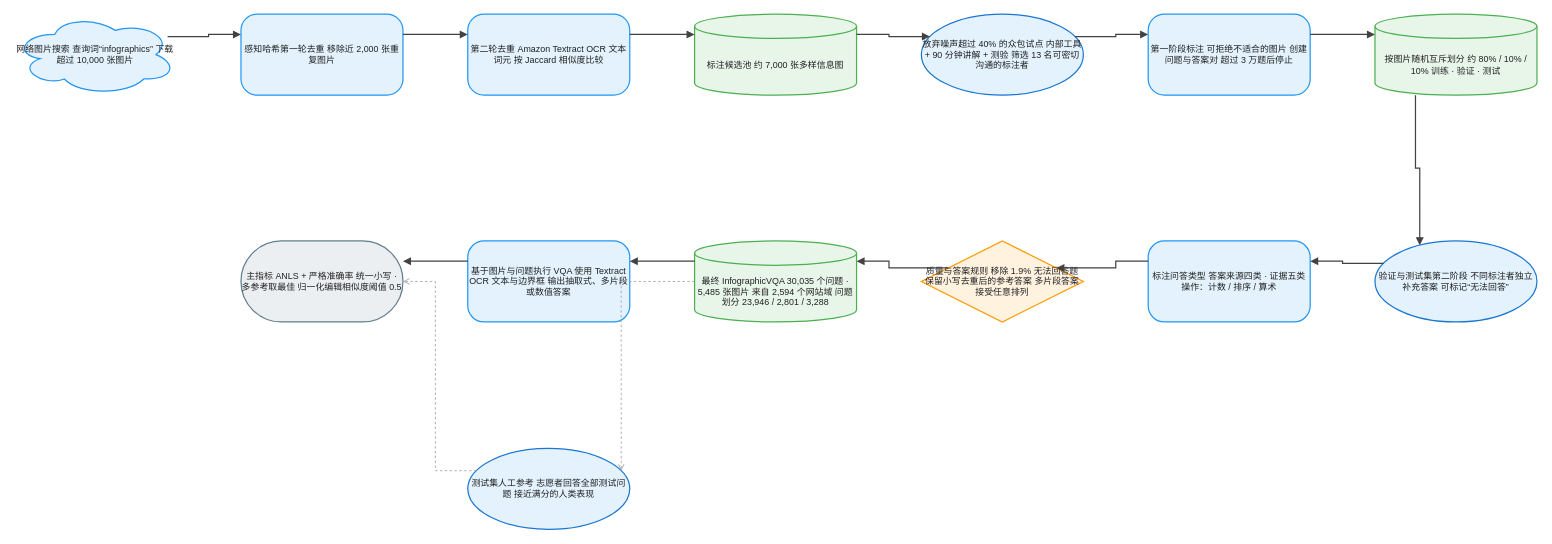
Earlier version of the draw.io diagram client/public/drawio/InfographicVQA/InfographicVQA.zh.drawio (joe1chief/benchmark-hub). Source tidied: cells renumbered, new cells numbered last; positions are measured from the earlier drawing's top-left corner, leaving out a move shared by most shapes. Both pictures are drawn from the tidied source at 81%, with x=0, y=0 at pixel (14, 14).
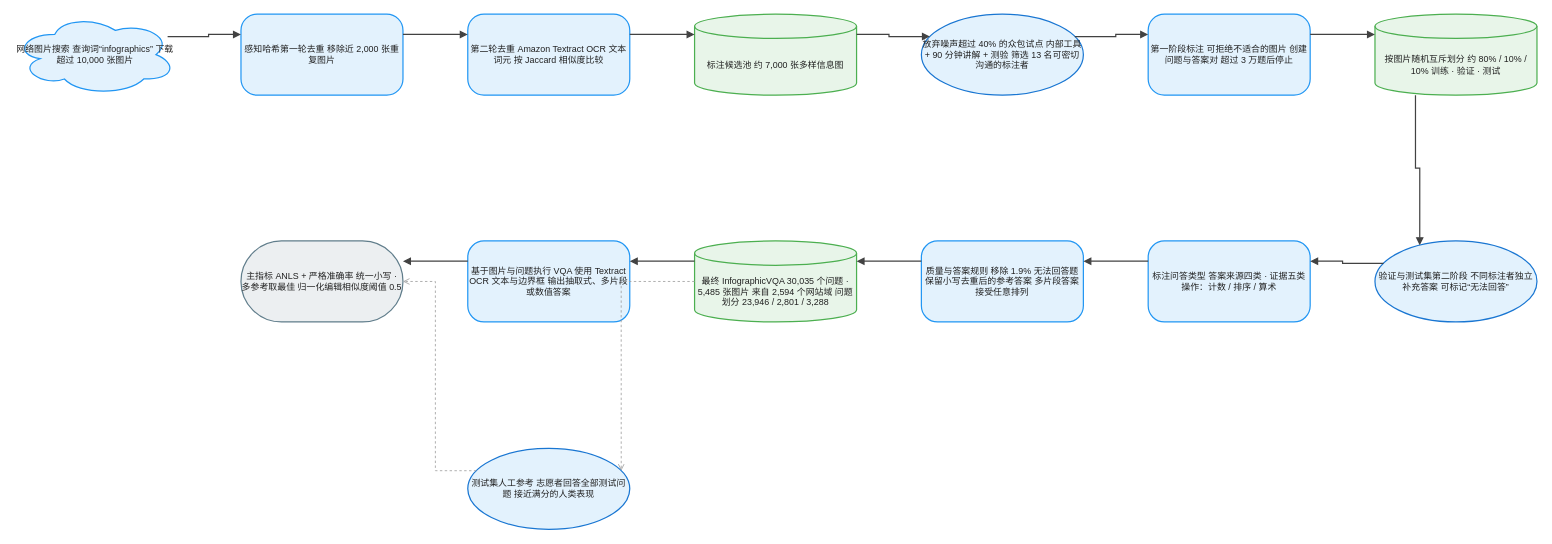
The same page after the edit.

Diff of the diagram source:
```diff
@@
-    <mxCell id="11" value="质量与答案规则 移除 1.9% 无法回答题 保留小写去重后的参考答案 多片段答案接受任意排列" style="rhombus;html=1;whiteSpace=wrap;fillColor=#FFF3E0;strokeColor=#FF9800;strokeWidth=1.5;fontColor=#212121;fontSize=11;fontFamily=Arial, Helvetica, sans-serif;verticalAlign=middle;align=center;" parent="1" vertex="1">
+    <mxCell id="11" value="质量与答案规则 移除 1.9% 无法回答题 保留小写去重后的参考答案 多片段答案接受任意排列" style="rounded=1;arcSize=20;html=1;whiteSpace=wrap;fillColor=#E3F2FD;strokeColor=#2196F3;strokeWidth=1.5;fontColor=#212121;fontSize=11;fontFamily=Arial, Helvetica, sans-serif;verticalAlign=middle;align=center;" parent="1" vertex="1">
       <mxGeometry x="1120" y="280" width="200" height="100" as="geometry" />
     </mxCell>
```
